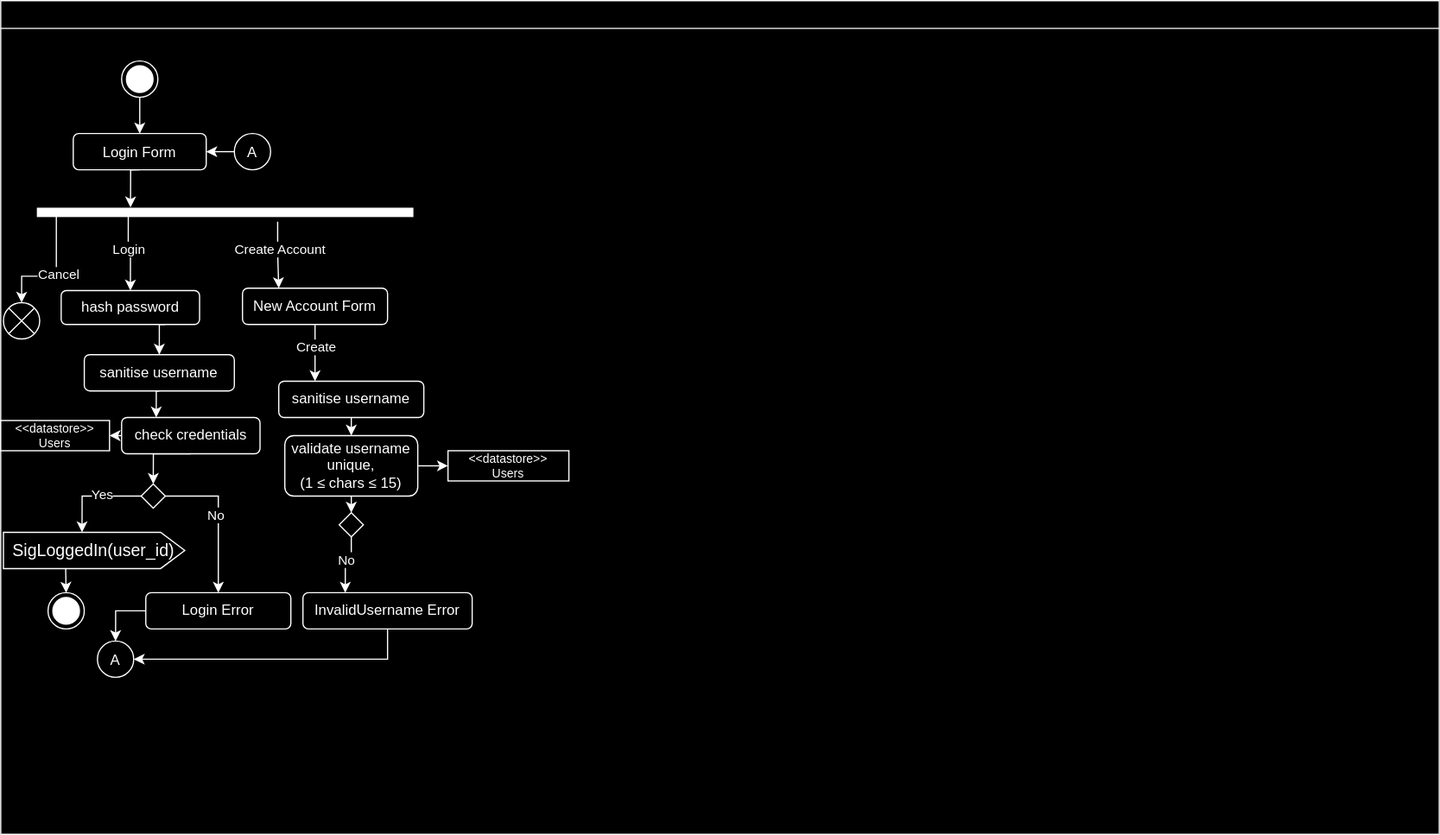
The draw.io diagram Documentation/images/design/Login_System.svg in JCSnelson/JSnelson-NEA, before a commit. Source tidied: cells renumbered, new cells last; positions are measured from the earlier drawing's top-left corner, leaving out a move shared by most shapes.
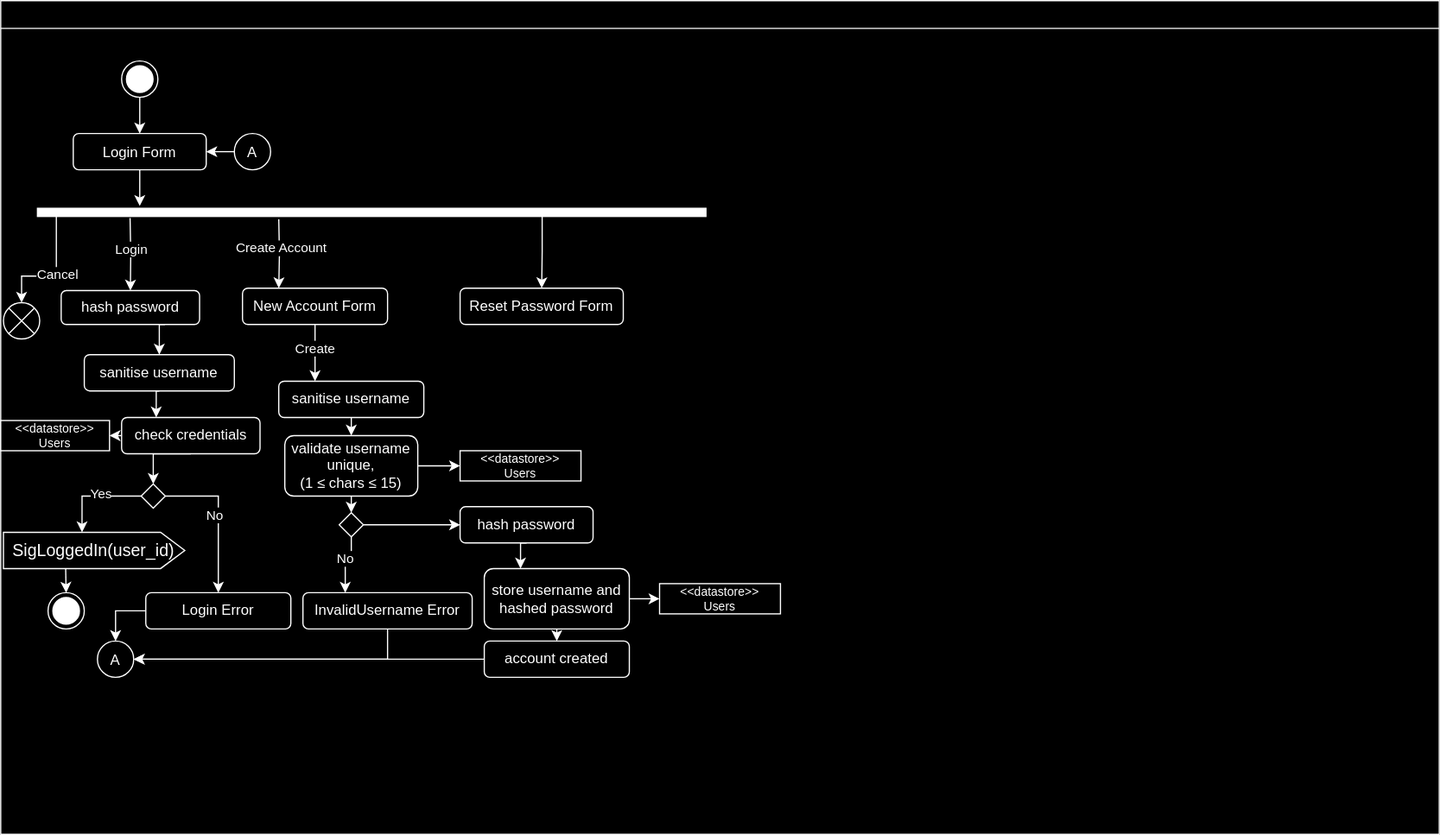
Above is the later version.

The edit, as a diff of the source:
```diff
@@ -19,27 +19,32 @@
     <mxCell id="5" value="Cancel" style="edgeLabel;html=1;align=center;verticalAlign=middle;" parent="4" vertex="1">
       <mxGeometry x="-0.03" y="1" relative="1" as="geometry" />
     </mxCell>
-    <mxCell id="6" style="edgeStyle=orthogonalEdgeStyle;rounded=0;jettySize=auto;html=1;entryX=0.5;entryY=0;entryDx=0;entryDy=0;exitX=0.8;exitY=0.758;exitDx=0;exitDy=0;exitPerimeter=0;" parent="2" edge="1" source="10" target="14">
+    <mxCell id="6" style="edgeStyle=orthogonalEdgeStyle;rounded=0;jettySize=auto;html=1;entryX=0.5;entryY=0;entryDx=0;entryDy=0;" parent="2" edge="1" target="14">
       <mxGeometry relative="1" as="geometry">
-        <Array as="points">
-          <mxPoint x="107" y="206" />
-        </Array>
+        <mxPoint x="107" y="180" as="sourcePoint" />
       </mxGeometry>
     </mxCell>
     <mxCell id="7" value="Login" style="edgeLabel;html=1;align=center;verticalAlign=middle;" parent="6" vertex="1">
       <mxGeometry x="-0.12" relative="1" as="geometry" />
     </mxCell>
-    <mxCell id="8" style="edgeStyle=orthogonalEdgeStyle;rounded=0;jettySize=auto;html=1;entryX=0.25;entryY=0;entryDx=0;entryDy=0;exitX=1.648;exitY=0.36;exitDx=0;exitDy=0;exitPerimeter=0;" parent="2" edge="1" source="10" target="38">
-      <mxGeometry relative="1" as="geometry" />
+    <mxCell id="8" style="edgeStyle=orthogonalEdgeStyle;rounded=0;jettySize=auto;html=1;entryX=0.25;entryY=0;entryDx=0;entryDy=0;" parent="2" edge="1" target="38">
+      <mxGeometry relative="1" as="geometry">
+        <mxPoint x="230" y="181" as="sourcePoint" />
+      </mxGeometry>
     </mxCell>
     <mxCell id="9" value="Create Account" style="edgeLabel;html=1;align=center;verticalAlign=middle;" parent="8" vertex="1">
       <mxGeometry x="-0.19" y="1" relative="1" as="geometry" />
     </mxCell>
+    <mxCell id="50" style="edgeStyle=orthogonalEdgeStyle;rounded=0;jettySize=auto;html=1;entryX=0.5;entryY=0;entryDx=0;entryDy=0;exitX=0.732;exitY=0.245;exitDx=0;exitDy=0;exitPerimeter=0;" parent="2" edge="1" source="10" target="61">
+      <mxGeometry relative="1" as="geometry" />
+    </mxCell>
     <mxCell id="10" style="html=1;points=[];perimeter=orthogonalPerimeter;fillColor=strokeColor;rotation=90;" parent="2" vertex="1">
-      <mxGeometry x="182.2" y="20" width="6.8" height="310.5" as="geometry" />
+      <mxGeometry x="303.5" y="-101.2" width="6.8" height="553" as="geometry" />
     </mxCell>
-    <mxCell id="11" style="edgeStyle=orthogonalEdgeStyle;rounded=0;jettySize=auto;html=1;exitX=0.5;exitY=1;exitDx=0;exitDy=0;entryX=-0.1;entryY=0.752;entryDx=0;entryDy=0;entryPerimeter=0;" parent="2" edge="1" source="3" target="10">
-      <mxGeometry relative="1" as="geometry" />
+    <mxCell id="11" style="edgeStyle=orthogonalEdgeStyle;rounded=0;jettySize=auto;html=1;exitX=0.5;exitY=1;exitDx=0;exitDy=0;" parent="2" edge="1" source="3">
+      <mxGeometry relative="1" as="geometry">
+        <mxPoint x="115" y="170" as="targetPoint" />
+      </mxGeometry>
     </mxCell>
     <mxCell id="12" style="shape=sumEllipse;perimeter=ellipsePerimeter;html=1;backgroundOutline=1;" parent="2" vertex="1">
       <mxGeometry x="2.2" y="250" width="30" height="30" as="geometry" />
@@ -124,17 +129,17 @@
     <mxCell id="38" value="New Account Form" style="rounded=1;whiteSpace=wrap;html=1;" parent="2" vertex="1">
       <mxGeometry x="200" y="238" width="120" height="30" as="geometry" />
     </mxCell>
-    <mxCell id="39" style="edgeStyle=orthogonalEdgeStyle;rounded=0;jettySize=auto;html=1;exitX=1;exitY=0.5;exitDx=0;exitDy=0;entryX=0;entryY=0.5;entryDx=0;entryDy=0;" parent="2" edge="1" source="41" target="42">
-      <mxGeometry relative="1" as="geometry" />
-    </mxCell>
     <mxCell id="40" style="edgeStyle=orthogonalEdgeStyle;rounded=0;jettySize=auto;html=1;exitX=0.5;exitY=1;exitDx=0;exitDy=0;entryX=0.5;entryY=0;entryDx=0;entryDy=0;" parent="2" edge="1" source="41" target="45">
       <mxGeometry relative="1" as="geometry" />
     </mxCell>
+    <mxCell id="51" style="edgeStyle=orthogonalEdgeStyle;rounded=0;jettySize=auto;html=1;exitX=1;exitY=0.5;exitDx=0;exitDy=0;entryX=0;entryY=0.5;entryDx=0;entryDy=0;" parent="2" edge="1" source="41" target="58">
+      <mxGeometry relative="1" as="geometry" />
+    </mxCell>
     <mxCell id="41" value="&lt;div&gt;validate username&lt;/div&gt;&lt;div&gt;unique,&lt;br&gt;&lt;/div&gt;&lt;div&gt;(1 ≤ chars ≤ 15)&lt;br&gt;&lt;/div&gt;" style="rounded=1;whiteSpace=wrap;html=1;" parent="2" vertex="1">
       <mxGeometry x="235" y="360" width="110" height="50" as="geometry" />
     </mxCell>
     <mxCell id="42" value="&lt;div style=&quot;font-size: 10px;&quot;&gt;&lt;font style=&quot;font-size: 10px;&quot;&gt;&amp;lt;&amp;lt;datastore&amp;gt;&amp;gt;&lt;/font&gt;&lt;/div&gt;&lt;div style=&quot;font-size: 10px;&quot;&gt;&lt;font style=&quot;font-size: 10px;&quot;&gt;Users&lt;br&gt;&lt;/font&gt;&lt;/div&gt;" style="rounded=0;whiteSpace=wrap;html=1;" parent="2" vertex="1">
-      <mxGeometry x="370" y="372.5" width="100" height="25" as="geometry" />
+      <mxGeometry x="545" y="482.5" width="100" height="25" as="geometry" />
     </mxCell>
     <mxCell id="43" style="edgeStyle=orthogonalEdgeStyle;rounded=0;jettySize=auto;html=1;exitX=0.5;exitY=1;exitDx=0;exitDy=0;entryX=0.25;entryY=0;entryDx=0;entryDy=0;" parent="2" edge="1" source="45" target="47">
       <mxGeometry relative="1" as="geometry" />
@@ -144,6 +149,9 @@
         <mxPoint x="5" y="-5" as="offset" />
       </mxGeometry>
     </mxCell>
+    <mxCell id="52" style="edgeStyle=orthogonalEdgeStyle;rounded=0;jettySize=auto;html=1;exitX=1;exitY=0.5;exitDx=0;exitDy=0;entryX=0;entryY=0.5;entryDx=0;entryDy=0;" parent="2" edge="1" source="45" target="54">
+      <mxGeometry relative="1" as="geometry" />
+    </mxCell>
     <mxCell id="45" style="rhombus;whiteSpace=wrap;html=1;" parent="2" vertex="1">
       <mxGeometry x="280" y="423.8" width="20" height="20" as="geometry" />
     </mxCell>
@@ -159,5 +167,34 @@
     <mxCell id="49" style="ellipse;html=1;shape=endState;fillColor=strokeColor;" parent="2" vertex="1">
       <mxGeometry x="100" y="50" width="30" height="30" as="geometry" />
     </mxCell>
+    <mxCell id="53" style="edgeStyle=orthogonalEdgeStyle;rounded=0;jettySize=auto;html=1;exitX=0.5;exitY=1;exitDx=0;exitDy=0;entryX=0.25;entryY=0;entryDx=0;entryDy=0;" parent="2" edge="1" source="54" target="57">
+      <mxGeometry relative="1" as="geometry" />
+    </mxCell>
+    <mxCell id="54" value="hash password" style="rounded=1;whiteSpace=wrap;html=1;" parent="2" vertex="1">
+      <mxGeometry x="380" y="418.8" width="110" height="30" as="geometry" />
+    </mxCell>
+    <mxCell id="55" style="edgeStyle=orthogonalEdgeStyle;rounded=0;jettySize=auto;html=1;exitX=1;exitY=0.5;exitDx=0;exitDy=0;entryX=0;entryY=0.5;entryDx=0;entryDy=0;" parent="2" edge="1" source="57" target="42">
+      <mxGeometry relative="1" as="geometry" />
+    </mxCell>
+    <mxCell id="56" style="edgeStyle=orthogonalEdgeStyle;rounded=0;jettySize=auto;html=1;exitX=0.5;exitY=1;exitDx=0;exitDy=0;entryX=0.5;entryY=0;entryDx=0;entryDy=0;" parent="2" edge="1" source="57" target="60">
+      <mxGeometry relative="1" as="geometry" />
+    </mxCell>
+    <mxCell id="57" value="store username and hashed password" style="rounded=1;whiteSpace=wrap;html=1;" parent="2" vertex="1">
+      <mxGeometry x="400" y="470" width="120" height="50" as="geometry" />
+    </mxCell>
+    <mxCell id="58" value="&lt;div style=&quot;font-size: 10px;&quot;&gt;&lt;font style=&quot;font-size: 10px;&quot;&gt;&amp;lt;&amp;lt;datastore&amp;gt;&amp;gt;&lt;/font&gt;&lt;/div&gt;&lt;div style=&quot;font-size: 10px;&quot;&gt;&lt;font style=&quot;font-size: 10px;&quot;&gt;Users&lt;br&gt;&lt;/font&gt;&lt;/div&gt;" style="rounded=0;whiteSpace=wrap;html=1;" parent="2" vertex="1">
+      <mxGeometry x="380" y="372.5" width="100" height="25" as="geometry" />
+    </mxCell>
+    <mxCell id="59" style="edgeStyle=orthogonalEdgeStyle;rounded=0;jettySize=auto;html=1;exitX=0;exitY=0.5;exitDx=0;exitDy=0;" parent="2" edge="1" source="60">
+      <mxGeometry relative="1" as="geometry">
+        <mxPoint x="110" y="545" as="targetPoint" />
+      </mxGeometry>
+    </mxCell>
+    <mxCell id="60" value="account created" style="rounded=1;whiteSpace=wrap;html=1;" parent="2" vertex="1">
+      <mxGeometry x="400" y="530" width="120" height="30" as="geometry" />
+    </mxCell>
+    <mxCell id="61" value="Reset Password Form" style="rounded=1;whiteSpace=wrap;html=1;" parent="2" vertex="1">
+      <mxGeometry x="380" y="238" width="135" height="30" as="geometry" />
+    </mxCell>
   </root>
 </mxGraphModel>
```
